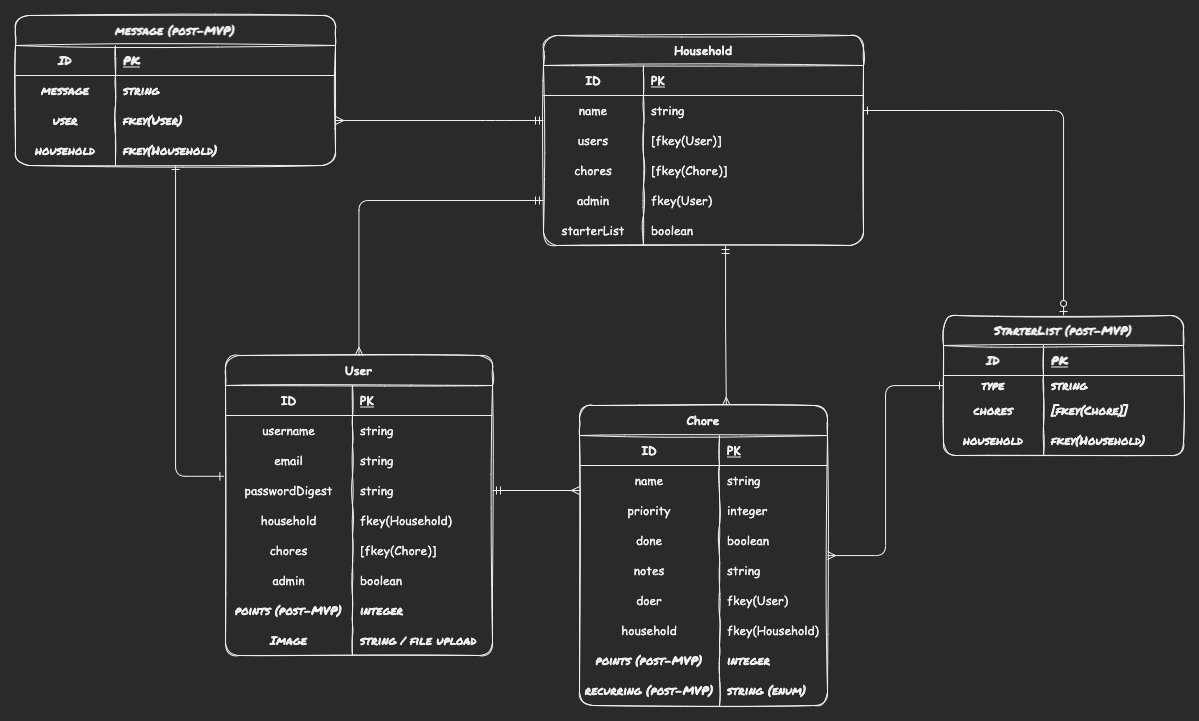
This is diagrams/erd-dark.png from benjaminobambino/chore-chart, a draw.io export, as it was before one commit. Source tidied: cells renumbered, new cells last; positions are measured from the earlier drawing's top-left corner, leaving out a move shared by most shapes.
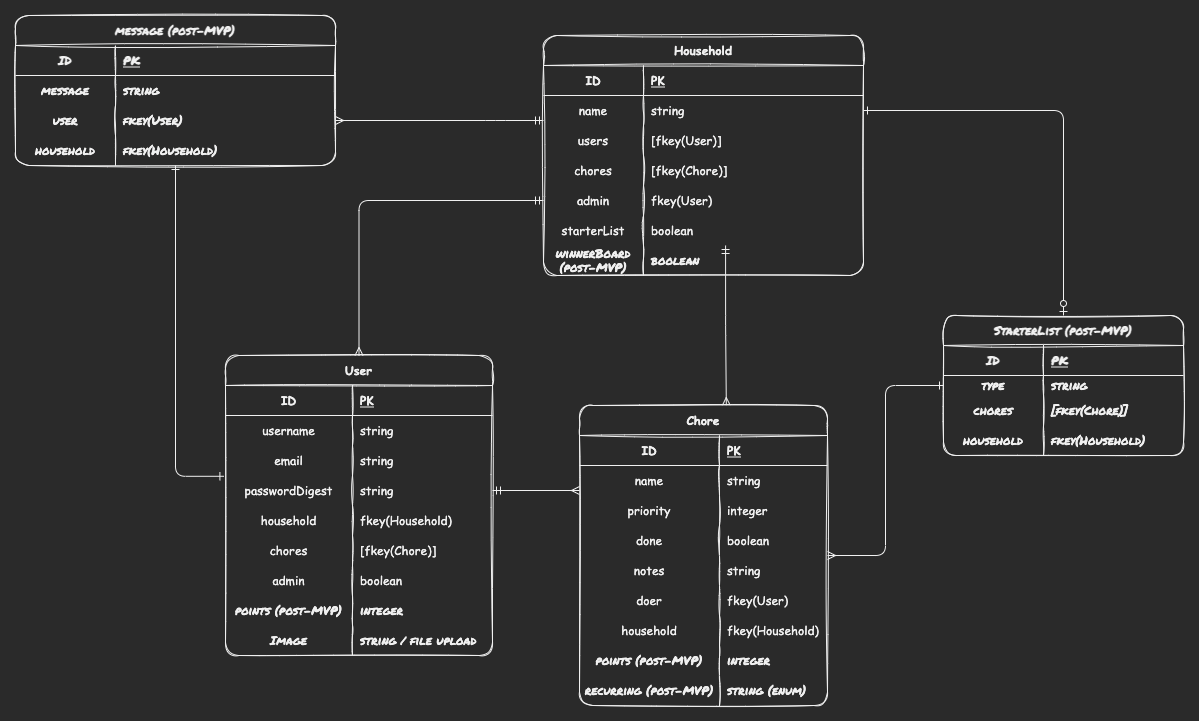
After the commit.

Commit message:
updated erd with post-mvp winnerboard

The edit, as a diff of the source:
```diff
@@ -101,7 +101,7 @@
       <mxGeometry relative="1" as="geometry" />
     </mxCell>
     <mxCell id="33" value="Household" style="shape=table;startSize=30;rowLines=0;fontStyle=1;align=center;rounded=1;sketch=1;fontFamily=Comic Sans MS;" parent="1" vertex="1">
-      <mxGeometry x="528" y="20" width="320" height="210" as="geometry" />
+      <mxGeometry x="528" y="20" width="320" height="240" as="geometry" />
     </mxCell>
     <mxCell id="34" style="shape=partialRectangle;fillColor=none;top=0;left=0;bottom=1;right=0;fontFamily=Comic Sans MS;" parent="33" vertex="1">
       <mxGeometry y="30" width="320" height="30" as="geometry" />
@@ -157,6 +157,15 @@
     <mxCell id="51" value="boolean" style="shape=partialRectangle;fillColor=none;top=0;left=0;bottom=0;right=0;align=left;spacingLeft=6;overflow=hidden;fontFamily=Comic Sans MS;" parent="49" vertex="1">
       <mxGeometry x="100" width="220" height="30" as="geometry" />
     </mxCell>
+    <mxCell id="110" style="shape=partialRectangle;fillColor=none;top=0;left=0;bottom=0;right=0;fontFamily=Comic Sans MS;" parent="33" vertex="1">
+      <mxGeometry y="210" width="320" height="30" as="geometry" />
+    </mxCell>
+    <mxCell id="111" value="winnerBoard&#10;(post-MVP)" style="shape=partialRectangle;fillColor=none;top=0;left=0;bottom=0;right=0;overflow=hidden;fontFamily=Permanent Marker;fontSource=https%3A%2F%2Ffonts.googleapis.com%2Fcss%3Ffamily%3DPermanent%2BMarker;" parent="110" vertex="1">
+      <mxGeometry width="100" height="30" as="geometry" />
+    </mxCell>
+    <mxCell id="112" value="boolean" style="shape=partialRectangle;fillColor=none;top=0;left=0;bottom=0;right=0;align=left;spacingLeft=6;overflow=hidden;fontFamily=Permanent Marker;fontSource=https%3A%2F%2Ffonts.googleapis.com%2Fcss%3Ffamily%3DPermanent%2BMarker;" parent="110" vertex="1">
+      <mxGeometry x="100" width="220" height="30" as="geometry" />
+    </mxCell>
     <mxCell id="52" style="edgeStyle=orthogonalEdgeStyle;rounded=1;jettySize=auto;html=1;fontFamily=Comic Sans MS;startArrow=ERmany;startFill=0;endArrow=ERmandOne;endFill=0;entryX=1;entryY=0.5;entryDx=0;entryDy=0;" parent="1" edge="1" source="54" target="13">
       <mxGeometry relative="1" as="geometry">
         <Array as="points">
```
